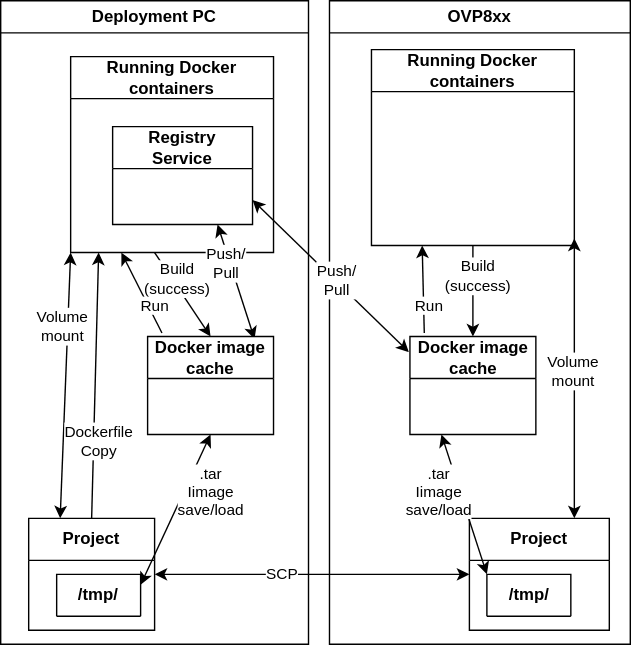
ifm/ifm3d-examples keeps this draw.io diagram as ovp8xx/docker/schematic.drawio.svg. Above is the earlier version. Source tidied: cells renumbered, new cells last; positions are measured from the earlier drawing's top-left corner, leaving out a move shared by most shapes.
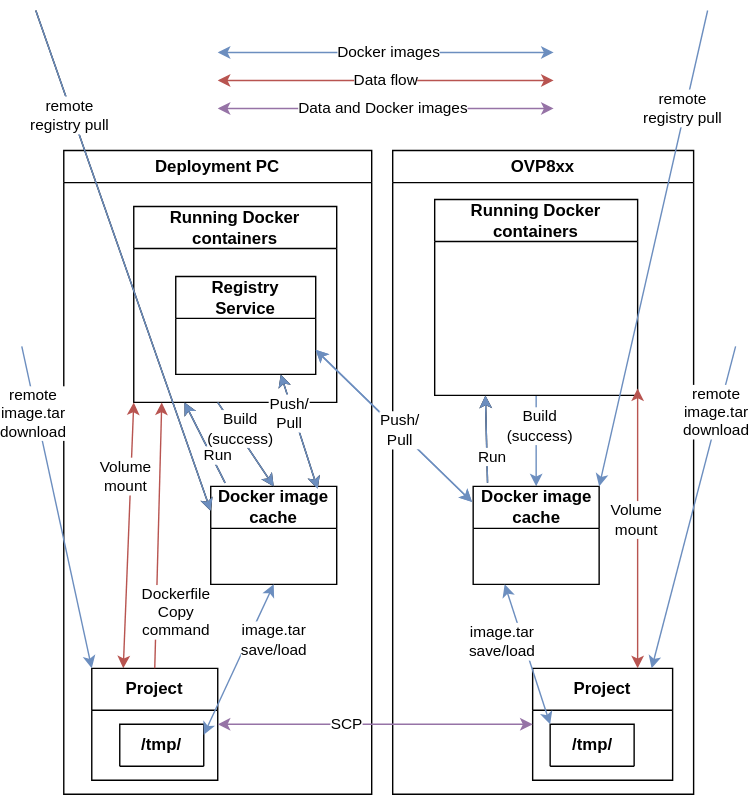
After the commit.

Change to the diagram source:
```diff
@@ -16,7 +16,7 @@
     <mxCell id="5" value="Registry&lt;br&gt;Service" style="swimlane;whiteSpace=wrap;html=1;startSize=30;" parent="4" vertex="1">
       <mxGeometry x="30" y="50" width="100" height="70" as="geometry" />
     </mxCell>
-    <mxCell id="6" value="Volume&lt;br&gt;mount" style="edgeStyle=none;html=1;exitX=0.25;exitY=0;exitDx=0;exitDy=0;startArrow=classic;startFill=1;entryX=0;entryY=1;entryDx=0;entryDy=0;" parent="2" edge="1" source="7" target="4">
+    <mxCell id="6" value="Volume&lt;br&gt;mount" style="edgeStyle=none;html=1;exitX=0.25;exitY=0;exitDx=0;exitDy=0;startArrow=classic;startFill=1;entryX=0;entryY=1;entryDx=0;entryDy=0;fillColor=#f8cecc;strokeColor=#b85450;" parent="2" edge="1" source="7" target="4">
       <mxGeometry x="0.44" y="4" relative="1" as="geometry" />
     </mxCell>
     <mxCell id="7" value="Project" style="swimlane;whiteSpace=wrap;html=1;startSize=30;" parent="2" vertex="1">
@@ -34,15 +34,20 @@
     <mxCell id="11" value="Docker image cache" style="swimlane;whiteSpace=wrap;html=1;startSize=30;" parent="2" vertex="1">
       <mxGeometry x="105" y="240" width="90" height="70" as="geometry" />
     </mxCell>
-    <mxCell id="12" value=".tar&lt;br&gt;Iimage&lt;br&gt;save/load" style="edgeStyle=none;html=1;entryX=0.5;entryY=1;entryDx=0;entryDy=0;startArrow=classic;startFill=1;exitX=1;exitY=0.25;exitDx=0;exitDy=0;" parent="2" edge="1" source="8" target="11">
+    <mxCell id="12" value="image.tar&lt;br&gt;save/load" style="edgeStyle=none;html=1;entryX=0.5;entryY=1;entryDx=0;entryDy=0;startArrow=classic;startFill=1;exitX=1;exitY=0.25;exitDx=0;exitDy=0;fillColor=#dae8fc;strokeColor=#6c8ebf;" parent="2" edge="1" source="8" target="11">
       <mxGeometry x="0.38" y="-18" relative="1" as="geometry">
         <mxPoint x="-1" as="offset" />
       </mxGeometry>
     </mxCell>
+    <mxCell id="25" value="remote&lt;br&gt;registry pull" style="edgeStyle=none;html=1;entryX=0;entryY=0.25;entryDx=0;entryDy=0;" parent="2" edge="1" target="11">
+      <mxGeometry x="-0.59" y="-2" relative="1" as="geometry">
+        <mxPoint x="-20" y="-100" as="sourcePoint" />
+      </mxGeometry>
+    </mxCell>
     <mxCell id="13" value="OVP8xx" style="swimlane;whiteSpace=wrap;html=1;" parent="1" vertex="1">
       <mxGeometry x="235" width="215" height="460" as="geometry" />
     </mxCell>
-    <mxCell id="14" value="Build&lt;br&gt;(success)" style="edgeStyle=none;html=1;entryX=0.5;entryY=0;entryDx=0;entryDy=0;exitX=0.5;exitY=1;exitDx=0;exitDy=0;" parent="13" edge="1" source="15" target="17">
+    <mxCell id="14" value="Build&lt;br&gt;(success)" style="edgeStyle=none;html=1;entryX=0.5;entryY=0;entryDx=0;entryDy=0;exitX=0.5;exitY=1;exitDx=0;exitDy=0;fillColor=#dae8fc;strokeColor=#6c8ebf;" parent="13" edge="1" source="15" target="17">
       <mxGeometry x="-0.32" y="3" relative="1" as="geometry" />
     </mxCell>
     <mxCell id="15" value="Running Docker containers" style="swimlane;whiteSpace=wrap;html=1;startSize=30;" parent="13" vertex="1">
@@ -60,24 +65,94 @@
     <mxCell id="19" value="/tmp/" style="swimlane;whiteSpace=wrap;html=1;startSize=30;" parent="18" vertex="1">
       <mxGeometry x="12.5" y="40" width="60" height="30" as="geometry" />
     </mxCell>
-    <mxCell id="20" value="Volume&lt;br&gt;mount" style="edgeStyle=none;html=1;exitX=0.75;exitY=0;exitDx=0;exitDy=0;startArrow=classic;startFill=1;" parent="13" edge="1" source="18">
+    <mxCell id="20" value="Volume&lt;br&gt;mount" style="edgeStyle=none;html=1;exitX=0.75;exitY=0;exitDx=0;exitDy=0;startArrow=classic;startFill=1;fillColor=#f8cecc;strokeColor=#b85450;" parent="13" edge="1" source="18">
       <mxGeometry x="0.05" y="1" relative="1" as="geometry">
         <mxPoint x="175" y="170" as="targetPoint" />
       </mxGeometry>
     </mxCell>
-    <mxCell id="21" value=".tar&lt;br&gt;Iimage&lt;br&gt;save/load" style="edgeStyle=none;html=1;entryX=0.25;entryY=1;entryDx=0;entryDy=0;startArrow=classic;startFill=1;exitX=0;exitY=0;exitDx=0;exitDy=0;" parent="13" edge="1" source="19" target="17">
+    <mxCell id="21" value="image.tar&lt;br&gt;save/load" style="edgeStyle=none;html=1;entryX=0.25;entryY=1;entryDx=0;entryDy=0;startArrow=classic;startFill=1;exitX=0;exitY=0;exitDx=0;exitDy=0;fillColor=#dae8fc;strokeColor=#6c8ebf;" parent="13" edge="1" source="19" target="17">
       <mxGeometry x="0.27" y="15" relative="1" as="geometry" />
     </mxCell>
+    <mxCell id="26" value="remote&lt;br&gt;registry pull" style="edgeStyle=none;html=1;entryX=0;entryY=0.25;entryDx=0;entryDy=0;fillColor=#dae8fc;strokeColor=#6c8ebf;" parent="13" edge="1">
+      <mxGeometry x="-0.59" y="-2" relative="1" as="geometry">
+        <mxPoint x="-255" y="-100" as="sourcePoint" />
+        <mxPoint x="-130" y="257.5" as="targetPoint" />
+      </mxGeometry>
+    </mxCell>
+    <mxCell id="27" value="Run" style="edgeStyle=none;html=1;entryX=0.25;entryY=1;entryDx=0;entryDy=0;exitX=0.114;exitY=-0.036;exitDx=0;exitDy=0;exitPerimeter=0;fillColor=#dae8fc;strokeColor=#6c8ebf;" parent="13" edge="1">
+      <mxGeometry x="-0.39" y="-4" relative="1" as="geometry">
+        <mxPoint x="-119.7" y="237.5" as="sourcePoint" />
+        <mxPoint x="-148.8" y="180" as="targetPoint" />
+      </mxGeometry>
+    </mxCell>
+    <mxCell id="28" value="Build&lt;br&gt;(success)" style="edgeStyle=none;html=1;entryX=0.5;entryY=0;entryDx=0;entryDy=0;fillColor=#dae8fc;strokeColor=#6c8ebf;" parent="13" edge="1">
+      <mxGeometry x="-0.32" y="3" relative="1" as="geometry">
+        <mxPoint x="-125" y="180" as="sourcePoint" />
+        <mxPoint x="-85" y="240" as="targetPoint" />
+      </mxGeometry>
+    </mxCell>
+    <mxCell id="29" value="Push/&lt;br&gt;Pull" style="edgeStyle=none;html=1;exitX=0.849;exitY=0.026;exitDx=0;exitDy=0;exitPerimeter=0;startArrow=classic;startFill=1;entryX=0.75;entryY=1;entryDx=0;entryDy=0;fillColor=#dae8fc;strokeColor=#6c8ebf;" parent="13" edge="1">
+      <mxGeometry x="0.34" y="3" relative="1" as="geometry">
+        <mxPoint x="-53.6" y="241.8" as="sourcePoint" />
+        <mxPoint x="-80" y="160" as="targetPoint" />
+      </mxGeometry>
+    </mxCell>
+    <mxCell id="30" value="Push/&lt;br&gt;Pull" style="edgeStyle=none;html=1;exitX=-0.009;exitY=0.159;exitDx=0;exitDy=0;exitPerimeter=0;startArrow=classic;startFill=1;entryX=1;entryY=0.75;entryDx=0;entryDy=0;fillColor=#dae8fc;strokeColor=#6c8ebf;" parent="13" edge="1">
+      <mxGeometry x="-0.07" y="-1" relative="1" as="geometry">
+        <mxPoint x="56.7" y="251.1" as="sourcePoint" />
+        <mxPoint x="-55" y="142.5" as="targetPoint" />
+      </mxGeometry>
+    </mxCell>
+    <mxCell id="31" value="Run" style="edgeStyle=none;html=1;entryX=0.25;entryY=1;entryDx=0;entryDy=0;exitX=0.114;exitY=-0.036;exitDx=0;exitDy=0;exitPerimeter=0;fillColor=#dae8fc;strokeColor=#6c8ebf;" parent="13" edge="1">
+      <mxGeometry x="-0.39" y="-4" relative="1" as="geometry">
+        <mxPoint x="67.8" y="237.5" as="sourcePoint" />
+        <mxPoint x="66.2" y="175" as="targetPoint" />
+      </mxGeometry>
+    </mxCell>
-    <mxCell id="22" value="Dockerfile&lt;br&gt;Copy" style="edgeStyle=none;html=1;exitX=0.5;exitY=0;exitDx=0;exitDy=0;" parent="1" edge="1" source="7">
-      <mxGeometry x="-0.42" y="-4" relative="1" as="geometry">
+    <mxCell id="22" value="Dockerfile&lt;br&gt;Copy&lt;br&gt;command" style="edgeStyle=none;html=1;exitX=0.5;exitY=0;exitDx=0;exitDy=0;fillColor=#f8cecc;strokeColor=#b85450;" parent="1" edge="1" source="7">
+      <mxGeometry x="-0.58" y="-14" relative="1" as="geometry">
         <mxPoint x="70" y="180" as="targetPoint" />
       </mxGeometry>
     </mxCell>
-    <mxCell id="23" value="Push/&lt;br&gt;Pull" style="edgeStyle=none;html=1;exitX=-0.009;exitY=0.159;exitDx=0;exitDy=0;exitPerimeter=0;startArrow=classic;startFill=1;entryX=1;entryY=0.75;entryDx=0;entryDy=0;" parent="1" edge="1" source="17" target="5">
+    <mxCell id="23" value="Push/&lt;br&gt;Pull" style="edgeStyle=none;html=1;exitX=-0.009;exitY=0.159;exitDx=0;exitDy=0;exitPerimeter=0;startArrow=classic;startFill=1;entryX=1;entryY=0.75;entryDx=0;entryDy=0;fillColor=#dae8fc;strokeColor=#6c8ebf;" parent="1" edge="1" source="17" target="5">
       <mxGeometry x="-0.07" y="-1" relative="1" as="geometry" />
     </mxCell>
-    <mxCell id="24" value="SCP" style="edgeStyle=none;html=1;entryX=0;entryY=0.5;entryDx=0;entryDy=0;startArrow=classic;startFill=1;" parent="1" edge="1" source="7" target="18">
+    <mxCell id="24" value="SCP" style="edgeStyle=none;html=1;entryX=0;entryY=0.5;entryDx=0;entryDy=0;startArrow=classic;startFill=1;fillColor=#e1d5e7;strokeColor=#9673a6;" parent="1" edge="1" source="7" target="18">
       <mxGeometry x="-0.19" relative="1" as="geometry" />
     </mxCell>
+    <mxCell id="32" value="remote&lt;br&gt;registry pull" style="edgeStyle=none;html=1;entryX=1;entryY=0;entryDx=0;entryDy=0;fillColor=#dae8fc;strokeColor=#6c8ebf;" parent="1" edge="1" target="17">
+      <mxGeometry x="-0.59" y="-2" relative="1" as="geometry">
+        <mxPoint x="460" y="-100" as="sourcePoint" />
+      </mxGeometry>
+    </mxCell>
+    <mxCell id="33" value="remote&lt;br&gt;image.tar&lt;br&gt;download" style="edgeStyle=none;html=1;entryX=1;entryY=0;entryDx=0;entryDy=0;fillColor=#dae8fc;strokeColor=#6c8ebf;" parent="1" edge="1">
+      <mxGeometry x="-0.59" y="-2" relative="1" as="geometry">
+        <mxPoint x="480" y="140" as="sourcePoint" />
+        <mxPoint x="420" y="370" as="targetPoint" />
+      </mxGeometry>
+    </mxCell>
+    <mxCell id="34" value="remote&lt;br&gt;image.tar&lt;br&gt;download" style="edgeStyle=none;html=1;entryX=0;entryY=0;entryDx=0;entryDy=0;fillColor=#dae8fc;strokeColor=#6c8ebf;" parent="1" edge="1" target="7">
+      <mxGeometry x="-0.59" y="-2" relative="1" as="geometry">
+        <mxPoint x="-30" y="140" as="sourcePoint" />
+      </mxGeometry>
+    </mxCell>
+    <mxCell id="35" value="Data flow" style="edgeStyle=none;html=1;startArrow=classic;startFill=1;fillColor=#f8cecc;strokeColor=#b85450;" parent="1" edge="1">
+      <mxGeometry relative="1" as="geometry">
+        <mxPoint x="350" y="-50" as="sourcePoint" />
+        <mxPoint x="110" y="-50" as="targetPoint" />
+      </mxGeometry>
+    </mxCell>
+    <mxCell id="36" value="Docker images" style="edgeStyle=none;html=1;startArrow=classic;startFill=1;fillColor=#dae8fc;strokeColor=#6c8ebf;" parent="1" edge="1">
+      <mxGeometry x="-0.02" relative="1" as="geometry">
+        <mxPoint x="350" y="-70" as="sourcePoint" />
+        <mxPoint x="110" y="-70" as="targetPoint" />
+      </mxGeometry>
+    </mxCell>
+    <mxCell id="37" value="Data and Docker images" style="edgeStyle=none;html=1;startArrow=classic;startFill=1;fillColor=#e1d5e7;strokeColor=#9673a6;" parent="1" edge="1">
+      <mxGeometry x="-0.02" relative="1" as="geometry">
+        <mxPoint x="110" y="-30" as="sourcePoint" />
+        <mxPoint x="350" y="-30" as="targetPoint" />
+      </mxGeometry>
+    </mxCell>
   </root>
 </mxGraphModel>
```
